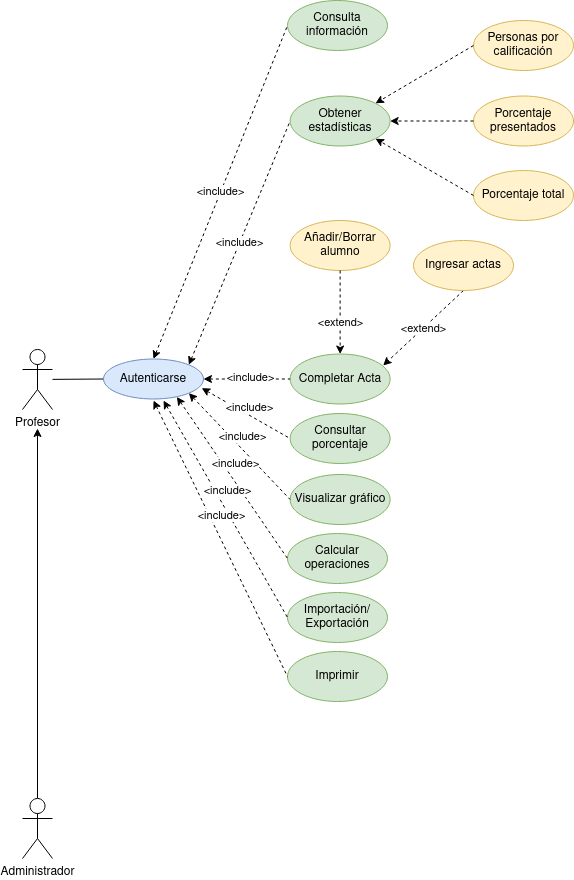
colidom/ets keeps this draw.io diagram as Tareas/casosUso/Tarea6-Gestión Profesores/img/GestionProfesores.drawio.png. Above is the earlier version. Source tidied: cells renumbered, new cells last; positions are measured from the earlier drawing's top-left corner, leaving out a move shared by most shapes.
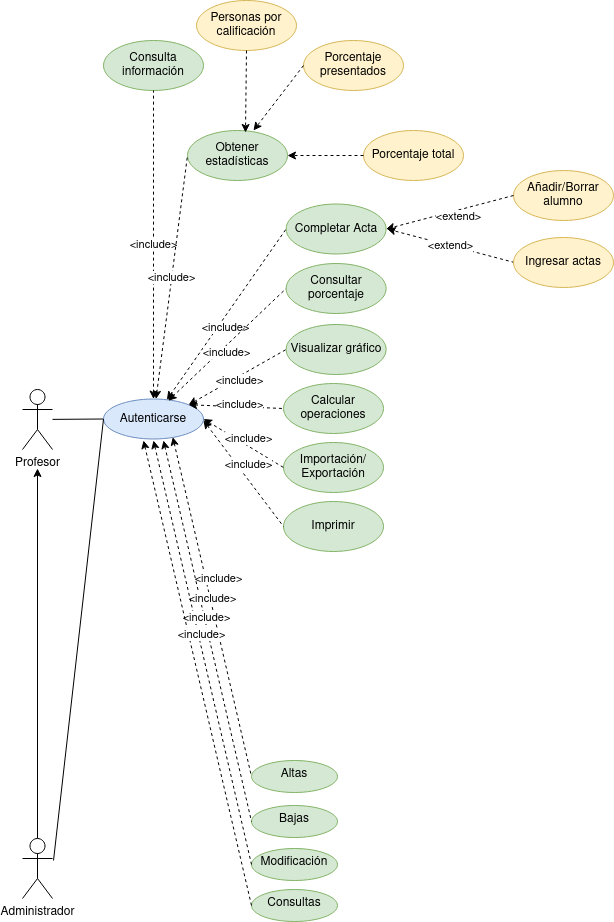
The same file after the commit.

Diff of the diagram source:
```diff
@@ -17,51 +17,54 @@
       <mxGeometry y="798" width="30" height="60" as="geometry" />
     </mxCell>
     <mxCell id="6" value="Completar Acta" style="ellipse;whiteSpace=wrap;html=1;fillColor=#d5e8d4;strokeColor=#82b366;" parent="1" vertex="1">
-      <mxGeometry x="267.6" y="353.5" width="100" height="50" as="geometry" />
+      <mxGeometry x="263.6" y="163.5" width="100" height="50" as="geometry" />
     </mxCell>
     <mxCell id="7" value="Añadir/Borrar alumno" style="ellipse;whiteSpace=wrap;html=1;fillColor=#fff2cc;strokeColor=#d6b656;" parent="1" vertex="1">
-      <mxGeometry x="267.6" y="220" width="100" height="50" as="geometry" />
+      <mxGeometry x="491" y="130" width="100" height="50" as="geometry" />
     </mxCell>
-    <mxCell id="8" value="&amp;lt;extend&amp;gt;" style="edgeStyle=none;rounded=0;jettySize=auto;html=1;dashed=1;startArrow=none;startFill=0;endArrow=classic;endFill=1;entryX=0.93;entryY=0.23;entryDx=0;entryDy=0;entryPerimeter=0;exitX=0.5;exitY=1;exitDx=0;exitDy=0;" parent="1" edge="1" source="9" target="6">
-      <mxGeometry relative="1" as="geometry" />
+    <mxCell id="8" value="&amp;lt;extend&amp;gt;" style="edgeStyle=none;rounded=0;orthogonalLoop=1;jettySize=auto;html=1;dashed=1;startArrow=none;startFill=0;endArrow=classic;endFill=1;entryX=1;entryY=0.5;entryDx=0;entryDy=0;exitX=0;exitY=0.5;exitDx=0;exitDy=0;" parent="1" edge="1">
+      <mxGeometry relative="1" as="geometry">
+        <mxPoint x="492" y="222" as="sourcePoint" />
+        <mxPoint x="364.6" y="188.5" as="targetPoint" />
+      </mxGeometry>
     </mxCell>
     <mxCell id="9" value="Ingresar actas" style="ellipse;whiteSpace=wrap;html=1;fillColor=#fff2cc;strokeColor=#d6b656;" parent="1" vertex="1">
-      <mxGeometry x="391" y="240" width="100" height="50" as="geometry" />
+      <mxGeometry x="491" y="197" width="100" height="50" as="geometry" />
     </mxCell>
     <mxCell id="10" value="Autenticarse" style="ellipse;whiteSpace=wrap;html=1;fillColor=#dae8fc;strokeColor=#6c8ebf;" parent="1" vertex="1">
       <mxGeometry x="81" y="358.5" width="100" height="40" as="geometry" />
     </mxCell>
     <mxCell id="11" value="Consulta información" style="ellipse;whiteSpace=wrap;html=1;fillColor=#d5e8d4;strokeColor=#82b366;" parent="1" vertex="1">
-      <mxGeometry x="265" width="100" height="50" as="geometry" />
+      <mxGeometry x="81" width="100" height="50" as="geometry" />
     </mxCell>
     <mxCell id="12" value="Obtener estadísticas" style="ellipse;whiteSpace=wrap;html=1;fillColor=#d5e8d4;strokeColor=#82b366;" parent="1" vertex="1">
-      <mxGeometry x="267.6" y="95.5" width="100" height="50" as="geometry" />
+      <mxGeometry x="165" y="90" width="100" height="50" as="geometry" />
     </mxCell>
     <mxCell id="13" value="Personas por calificación" style="ellipse;whiteSpace=wrap;html=1;fillColor=#fff2cc;strokeColor=#d6b656;" parent="1" vertex="1">
-      <mxGeometry x="451" y="20" width="100" height="50" as="geometry" />
+      <mxGeometry x="174" y="-40" width="100" height="50" as="geometry" />
     </mxCell>
     <mxCell id="14" value="Porcentaje presentados" style="ellipse;whiteSpace=wrap;html=1;fillColor=#fff2cc;strokeColor=#d6b656;" parent="1" vertex="1">
-      <mxGeometry x="451" y="95.5" width="100" height="50" as="geometry" />
+      <mxGeometry x="281" width="100" height="50" as="geometry" />
     </mxCell>
     <mxCell id="15" value="Porcentaje total" style="ellipse;whiteSpace=wrap;html=1;fillColor=#fff2cc;strokeColor=#d6b656;" parent="1" vertex="1">
-      <mxGeometry x="451" y="170" width="100" height="50" as="geometry" />
+      <mxGeometry x="341" y="90" width="100" height="50" as="geometry" />
     </mxCell>
     <mxCell id="16" value="Consultar porcentaje" style="ellipse;whiteSpace=wrap;html=1;fillColor=#d5e8d4;strokeColor=#82b366;" parent="1" vertex="1">
-      <mxGeometry x="267.6" y="413" width="100" height="50" as="geometry" />
+      <mxGeometry x="263.6" y="223" width="100" height="50" as="geometry" />
     </mxCell>
     <mxCell id="17" value="Visualizar gráfico" style="ellipse;whiteSpace=wrap;html=1;fillColor=#d5e8d4;strokeColor=#82b366;" parent="1" vertex="1">
-      <mxGeometry x="267.6" y="474" width="100" height="50" as="geometry" />
+      <mxGeometry x="263.6" y="284" width="100" height="50" as="geometry" />
     </mxCell>
     <mxCell id="18" value="Calcular operaciones" style="ellipse;whiteSpace=wrap;html=1;fillColor=#d5e8d4;strokeColor=#82b366;" parent="1" vertex="1">
-      <mxGeometry x="265" y="533" width="100" height="50" as="geometry" />
+      <mxGeometry x="261" y="343" width="100" height="50" as="geometry" />
     </mxCell>
     <mxCell id="19" value="&lt;div&gt;Importación/&lt;/div&gt;&lt;div&gt;Exportación&lt;/div&gt;" style="ellipse;whiteSpace=wrap;html=1;fillColor=#d5e8d4;strokeColor=#82b366;" parent="1" vertex="1">
-      <mxGeometry x="265" y="592" width="100" height="50" as="geometry" />
+      <mxGeometry x="261" y="402" width="100" height="50" as="geometry" />
     </mxCell>
     <mxCell id="20" value="Imprimir" style="ellipse;whiteSpace=wrap;html=1;fillColor=#d5e8d4;strokeColor=#82b366;" parent="1" vertex="1">
-      <mxGeometry x="265" y="651" width="100" height="50" as="geometry" />
+      <mxGeometry x="261" y="461" width="100" height="50" as="geometry" />
     </mxCell>
-    <mxCell id="21" style="endArrow=none;html=1;rounded=0;dashed=1;entryX=0;entryY=0.5;entryDx=0;entryDy=0;exitX=1;exitY=0.5;exitDx=0;exitDy=0;endFill=0;startArrow=classic;startFill=1;" parent="1" edge="1" source="10" target="6">
+    <mxCell id="21" style="endArrow=none;html=1;rounded=0;dashed=1;entryX=0;entryY=0.5;entryDx=0;entryDy=0;endFill=0;startArrow=classic;startFill=1;" parent="1" edge="1" source="10" target="6">
       <mxGeometry relative="1" as="geometry" />
     </mxCell>
     <mxCell id="22" value="&amp;lt;include&amp;gt;" style="edgeLabel;html=1;align=center;verticalAlign=middle;" parent="21" vertex="1">
@@ -69,28 +72,30 @@
         <mxPoint x="10" as="offset" />
       </mxGeometry>
     </mxCell>
-    <mxCell id="23" style="edgeStyle=none;rounded=0;jettySize=auto;html=1;dashed=1;startArrow=none;startFill=0;endArrow=classic;endFill=1;entryX=0.5;entryY=0;entryDx=0;entryDy=0;exitX=0.5;exitY=1;exitDx=0;exitDy=0;" parent="1" edge="1" source="7" target="6">
+    <mxCell id="23" style="edgeStyle=none;rounded=0;jettySize=auto;html=1;dashed=1;startArrow=none;startFill=0;endArrow=classic;endFill=1;entryX=1;entryY=0.5;entryDx=0;entryDy=0;exitX=0;exitY=0.5;exitDx=0;exitDy=0;" parent="1" edge="1" source="7" target="6">
       <mxGeometry relative="1" as="geometry" />
     </mxCell>
     <mxCell id="24" value="&amp;lt;extend&amp;gt;" style="edgeLabel;html=1;align=center;verticalAlign=middle;" parent="23" vertex="1">
-      <mxGeometry x="0.22" relative="1" as="geometry" />
+      <mxGeometry x="0.22" relative="1" as="geometry">
+        <mxPoint x="22" as="offset" />
+      </mxGeometry>
     </mxCell>
-    <mxCell id="25" value="&amp;lt;include&amp;gt;" style="edgeStyle=none;rounded=0;jettySize=auto;html=1;startArrow=classic;startFill=1;endArrow=none;endFill=0;entryX=0;entryY=0.5;entryDx=0;entryDy=0;exitX=0.5;exitY=0;exitDx=0;exitDy=0;dashed=1;" parent="1" edge="1" source="10" target="11">
+    <mxCell id="25" value="&amp;lt;include&amp;gt;" style="edgeStyle=none;rounded=0;jettySize=auto;html=1;startArrow=classic;startFill=1;endArrow=none;endFill=0;entryX=0.5;entryY=1;entryDx=0;entryDy=0;exitX=0.5;exitY=0;exitDx=0;exitDy=0;dashed=1;" parent="1" edge="1" source="10" target="11">
       <mxGeometry relative="1" as="geometry" />
     </mxCell>
-    <mxCell id="26" value="&amp;lt;include&amp;gt;" style="edgeStyle=none;rounded=0;jettySize=auto;html=1;startArrow=classic;startFill=1;endArrow=none;endFill=0;entryX=0;entryY=0.5;entryDx=0;entryDy=0;exitX=1;exitY=0;exitDx=0;exitDy=0;dashed=1;" parent="1" edge="1" source="10" target="12">
+    <mxCell id="26" value="&amp;lt;include&amp;gt;" style="edgeStyle=none;rounded=0;jettySize=auto;html=1;startArrow=classic;startFill=1;endArrow=none;endFill=0;entryX=0;entryY=0.5;entryDx=0;entryDy=0;dashed=1;" parent="1" edge="1" source="10" target="12">
       <mxGeometry relative="1" as="geometry" />
     </mxCell>
-    <mxCell id="27" style="endArrow=classic;html=1;rounded=0;dashed=1;entryX=1;entryY=1;entryDx=0;entryDy=0;exitX=0;exitY=0.5;exitDx=0;exitDy=0;" parent="1" edge="1" source="15" target="12">
+    <mxCell id="27" style="endArrow=classic;html=1;rounded=0;dashed=1;entryX=1;entryY=0.5;entryDx=0;entryDy=0;exitX=0;exitY=0.5;exitDx=0;exitDy=0;" parent="1" edge="1" source="15" target="12">
       <mxGeometry relative="1" as="geometry" />
     </mxCell>
-    <mxCell id="28" style="endArrow=classic;html=1;rounded=0;dashed=1;entryX=1;entryY=0.5;entryDx=0;entryDy=0;exitX=0;exitY=0.5;exitDx=0;exitDy=0;" parent="1" edge="1" source="14" target="12">
+    <mxCell id="28" style="endArrow=classic;html=1;rounded=0;dashed=1;entryX=0.66;entryY=0;entryDx=0;entryDy=0;exitX=0;exitY=0.5;exitDx=0;exitDy=0;entryPerimeter=0;" parent="1" edge="1" source="14" target="12">
       <mxGeometry relative="1" as="geometry" />
     </mxCell>
-    <mxCell id="29" style="endArrow=classic;html=1;rounded=0;dashed=1;exitX=0;exitY=0.5;exitDx=0;exitDy=0;entryX=1;entryY=0;entryDx=0;entryDy=0;" parent="1" edge="1" source="13" target="12">
+    <mxCell id="29" style="endArrow=classic;html=1;rounded=0;dashed=1;exitX=0.5;exitY=1;exitDx=0;exitDy=0;entryX=0.58;entryY=0.04;entryDx=0;entryDy=0;entryPerimeter=0;" parent="1" edge="1" source="13" target="12">
       <mxGeometry relative="1" as="geometry" />
     </mxCell>
-    <mxCell id="30" style="endArrow=none;html=1;rounded=0;dashed=1;exitX=0.982;exitY=0.728;exitDx=0;exitDy=0;endFill=0;startArrow=classic;startFill=1;entryX=0;entryY=0.5;entryDx=0;entryDy=0;exitPerimeter=0;" parent="1" edge="1" source="10" target="16">
+    <mxCell id="30" style="endArrow=none;html=1;rounded=0;dashed=1;exitX=0.647;exitY=0.045;exitDx=0;exitDy=0;endFill=0;startArrow=classic;startFill=1;entryX=0;entryY=0.5;entryDx=0;entryDy=0;exitPerimeter=0;" parent="1" edge="1" source="10" target="16">
       <mxGeometry relative="1" as="geometry" />
     </mxCell>
     <mxCell id="31" value="&amp;lt;include&amp;gt;" style="edgeLabel;html=1;align=center;verticalAlign=middle;" parent="30" vertex="1">
@@ -98,7 +103,7 @@
         <mxPoint x="10" as="offset" />
       </mxGeometry>
     </mxCell>
-    <mxCell id="32" style="endArrow=none;html=1;rounded=0;dashed=1;endFill=0;startArrow=classic;startFill=1;entryX=0;entryY=0.5;entryDx=0;entryDy=0;exitX=1;exitY=1;exitDx=0;exitDy=0;" parent="1" edge="1" source="10" target="17">
+    <mxCell id="32" style="endArrow=none;html=1;rounded=0;dashed=1;endFill=0;startArrow=classic;startFill=1;entryX=0;entryY=0.5;entryDx=0;entryDy=0;exitX=1;exitY=0;exitDx=0;exitDy=0;" parent="1" edge="1" source="10" target="17">
       <mxGeometry relative="1" as="geometry" />
     </mxCell>
     <mxCell id="33" value="&amp;lt;include&amp;gt;" style="edgeLabel;html=1;align=center;verticalAlign=middle;" parent="32" vertex="1">
@@ -106,7 +111,7 @@
         <mxPoint x="10" as="offset" />
       </mxGeometry>
     </mxCell>
-    <mxCell id="34" style="endArrow=none;html=1;rounded=0;dashed=1;endFill=0;startArrow=classic;startFill=1;entryX=0;entryY=0.5;entryDx=0;entryDy=0;exitX=0.734;exitY=0.948;exitDx=0;exitDy=0;exitPerimeter=0;" parent="1" edge="1" source="10" target="18">
+    <mxCell id="34" style="endArrow=none;html=1;rounded=0;dashed=1;endFill=0;startArrow=classic;startFill=1;entryX=0;entryY=0.5;entryDx=0;entryDy=0;exitX=1;exitY=0;exitDx=0;exitDy=0;" parent="1" edge="1" source="10" target="18">
       <mxGeometry relative="1" as="geometry" />
     </mxCell>
     <mxCell id="35" value="&amp;lt;include&amp;gt;" style="edgeLabel;html=1;align=center;verticalAlign=middle;" parent="34" vertex="1">
@@ -114,10 +119,8 @@
         <mxPoint x="10" as="offset" />
       </mxGeometry>
     </mxCell>
-    <mxCell id="36" style="endArrow=none;html=1;rounded=0;dashed=1;endFill=0;startArrow=classic;startFill=1;entryX=0;entryY=0.5;entryDx=0;entryDy=0;" parent="1" edge="1" target="19">
-      <mxGeometry relative="1" as="geometry">
-        <mxPoint x="141" y="400" as="sourcePoint" />
-      </mxGeometry>
+    <mxCell id="36" style="endArrow=none;html=1;rounded=0;dashed=1;endFill=0;startArrow=classic;startFill=1;entryX=0;entryY=0.5;entryDx=0;entryDy=0;exitX=1;exitY=0.5;exitDx=0;exitDy=0;" parent="1" edge="1" source="10" target="19">
+      <mxGeometry relative="1" as="geometry" />
     </mxCell>
     <mxCell id="37" value="&amp;lt;include&amp;gt;" style="edgeLabel;html=1;align=center;verticalAlign=middle;" parent="36" vertex="1">
       <mxGeometry x="-0.17" y="2" relative="1" as="geometry">
@@ -126,7 +129,7 @@
     </mxCell>
     <mxCell id="38" style="endArrow=none;html=1;rounded=0;dashed=1;endFill=0;startArrow=classic;startFill=1;entryX=0;entryY=0.5;entryDx=0;entryDy=0;" parent="1" edge="1" target="20">
       <mxGeometry relative="1" as="geometry">
-        <mxPoint x="131" y="400" as="sourcePoint" />
+        <mxPoint x="181" y="380" as="sourcePoint" />
       </mxGeometry>
     </mxCell>
     <mxCell id="39" value="&amp;lt;include&amp;gt;" style="edgeLabel;html=1;align=center;verticalAlign=middle;" parent="38" vertex="1">
@@ -134,5 +137,60 @@
         <mxPoint x="10" as="offset" />
       </mxGeometry>
     </mxCell>
+    <mxCell id="40" value="Altas" style="ellipse;whiteSpace=wrap;html=1;verticalAlign=top;fillColor=#d5e8d4;strokeColor=#82b366;" parent="1" vertex="1">
+      <mxGeometry x="229" y="720" width="86" height="32" as="geometry" />
+    </mxCell>
+    <mxCell id="41" value="Bajas" style="ellipse;whiteSpace=wrap;html=1;verticalAlign=top;fillColor=#d5e8d4;strokeColor=#82b366;" parent="1" vertex="1">
+      <mxGeometry x="229" y="765" width="86" height="32" as="geometry" />
+    </mxCell>
+    <mxCell id="42" value="Modificación" style="ellipse;whiteSpace=wrap;html=1;verticalAlign=top;fillColor=#d5e8d4;strokeColor=#82b366;" parent="1" vertex="1">
+      <mxGeometry x="229" y="808" width="86" height="32" as="geometry" />
+    </mxCell>
+    <mxCell id="43" value="Consultas" style="ellipse;whiteSpace=wrap;html=1;verticalAlign=top;fillColor=#d5e8d4;strokeColor=#82b366;" parent="1" vertex="1">
+      <mxGeometry x="229" y="849" width="86" height="32" as="geometry" />
+    </mxCell>
+    <mxCell id="44" style="edgeStyle=none;rounded=0;jettySize=auto;html=1;startArrow=none;startFill=0;endArrow=none;endFill=0;entryX=0;entryY=0.5;entryDx=0;entryDy=0;" parent="1" edge="1" target="10">
+      <mxGeometry relative="1" as="geometry">
+        <mxPoint x="31" y="820" as="sourcePoint" />
+      </mxGeometry>
+    </mxCell>
+    <mxCell id="45" style="endArrow=none;html=1;rounded=0;dashed=1;endFill=0;startArrow=classic;startFill=1;entryX=0;entryY=0.5;entryDx=0;entryDy=0;exitX=0.693;exitY=0.954;exitDx=0;exitDy=0;exitPerimeter=0;" parent="1" edge="1" source="10" target="40">
+      <mxGeometry relative="1" as="geometry" />
+    </mxCell>
+    <mxCell id="46" value="&amp;lt;include&amp;gt;" style="edgeLabel;html=1;align=center;verticalAlign=middle;" parent="45" vertex="1">
+      <mxGeometry x="-0.17" y="2" relative="1" as="geometry">
+        <mxPoint x="10" as="offset" />
+      </mxGeometry>
+    </mxCell>
+    <mxCell id="47" style="endArrow=none;html=1;rounded=0;dashed=1;endFill=0;startArrow=classic;startFill=1;entryX=0;entryY=0.5;entryDx=0;entryDy=0;" parent="1" edge="1" target="41">
+      <mxGeometry relative="1" as="geometry">
+        <mxPoint x="141" y="400" as="sourcePoint" />
+      </mxGeometry>
+    </mxCell>
+    <mxCell id="48" value="&amp;lt;include&amp;gt;" style="edgeLabel;html=1;align=center;verticalAlign=middle;" parent="47" vertex="1">
+      <mxGeometry x="-0.17" y="2" relative="1" as="geometry">
+        <mxPoint x="10" as="offset" />
+      </mxGeometry>
+    </mxCell>
+    <mxCell id="49" style="endArrow=none;html=1;rounded=0;dashed=1;endFill=0;startArrow=classic;startFill=1;entryX=0;entryY=0.5;entryDx=0;entryDy=0;" parent="1" edge="1" target="42">
+      <mxGeometry relative="1" as="geometry">
+        <mxPoint x="131" y="400" as="sourcePoint" />
+      </mxGeometry>
+    </mxCell>
+    <mxCell id="50" value="&amp;lt;include&amp;gt;" style="edgeLabel;html=1;align=center;verticalAlign=middle;" parent="49" vertex="1">
+      <mxGeometry x="-0.17" y="2" relative="1" as="geometry">
+        <mxPoint x="10" as="offset" />
+      </mxGeometry>
+    </mxCell>
+    <mxCell id="51" style="endArrow=none;html=1;rounded=0;dashed=1;endFill=0;startArrow=classic;startFill=1;entryX=0;entryY=0.5;entryDx=0;entryDy=0;" parent="1" edge="1" target="43">
+      <mxGeometry relative="1" as="geometry">
+        <mxPoint x="121" y="400" as="sourcePoint" />
+      </mxGeometry>
+    </mxCell>
+    <mxCell id="52" value="&amp;lt;include&amp;gt;" style="edgeLabel;html=1;align=center;verticalAlign=middle;" parent="51" vertex="1">
+      <mxGeometry x="-0.17" y="2" relative="1" as="geometry">
+        <mxPoint x="10" as="offset" />
+      </mxGeometry>
+    </mxCell>
   </root>
 </mxGraphModel>
```
